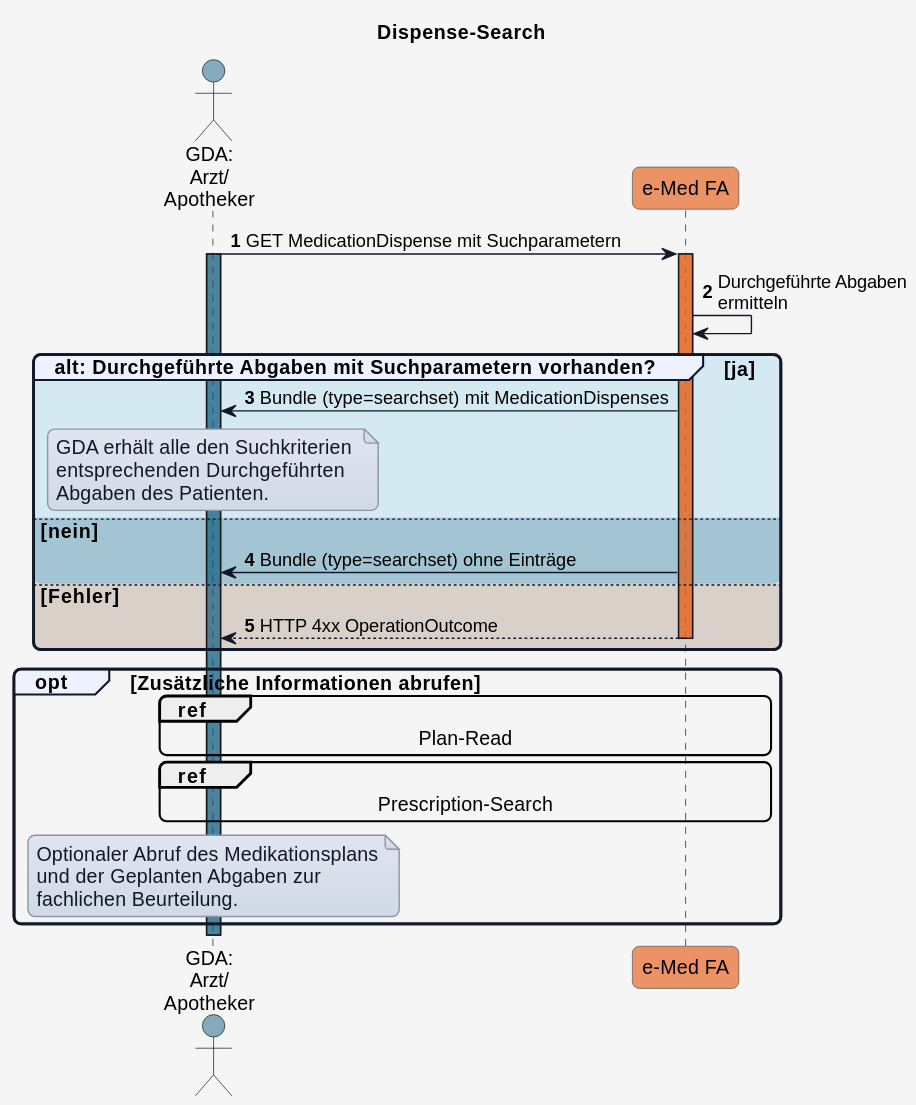
Earlier version of the PlantUML export r4-ELGA-e-Medikation-main/plantuml/UC_eMed_03_02.svg (HL7Austria/hl7austria.github.io). Source of this version:
```plantuml
@startuml
title Dispense-Search


skinparam borderColor #000000
skinparam backgroundColor #f5f5f5
skinparam shadowing false
skinparam roundCorner 10
skinparam defaultFontName "Arial"
skinparam defaultFontSize 14
skinparam defaultFontColor #000000
skinparam HyperlinkColor #0000EE
skinparam HyperlinkUnderline false
skinparam BoxPadding 20
skinparam BoxBorderColor #555555

skinparam note {
  BackgroundColor #e0e5f0-#d1d9e6
  BorderColor #8b95a5
  BorderThickness 1
  RoundCorner 0
  Padding 6
  FontColor #111827
  Shadowing false
}

skinparam sequence {
  ParticipantBorderColor #555555
  ParticipantFontColor #000000
  ParticipantFontSize 14
  ParticipantPadding 20
  ArrowColor #111827
  ArrowThickness 1
  ArrowFontColor #000000
  ArrowFontSize 13
  GroupBorderColor #111827
  GroupBackgroundColor #eef2ff
  GroupBorderThickness 2
}

!define COLOR_GDA_1    #15608280
!define COLOR_GDA_2    #96607D80
!define COLOR_PATIENT  #196B2480
!define COLOR_APO      #0F9ED590
!define COLOR_EMED_FA  #e97232bd
!define COLOR_E_REZEPT #cd3732a9

!define COLOR_OK       #0F9ED525
!define COLOR_OK_2     #34738d4e
!define COLOR_ERROR    #E9713235

actor GDA_1 as "GDA:\nArzt/\nApotheker" COLOR_GDA_1
participant eMed_FA as "e-Med FA" COLOR_EMED_FA

autonumber

GDA_1 -> eMed_FA: GET MedicationDispense mit Suchparametern
activate GDA_1 COLOR_GDA_1
activate eMed_FA COLOR_EMED_FA

eMed_FA -> eMed_FA: Durchgeführte Abgaben\nermitteln

group COLOR_OK alt: Durchgeführte Abgaben mit Suchparametern vorhanden? [ja]
  eMed_FA -> GDA_1: Bundle (type=searchset) mit MedicationDispenses

  note over GDA_1
  GDA erhält alle den Suchkriterien
  entsprechenden Durchgeführten
  Abgaben des Patienten.
  end note

else COLOR_OK_2 nein
  eMed_FA -> GDA_1: Bundle (type=searchset) ohne Einträge

else COLOR_ERROR Fehler
  eMed_FA --> GDA_1: HTTP 4xx OperationOutcome
  deactivate eMed_FA

end
opt Zusätzliche Informationen abrufen

    ref over GDA_1,eMed_FA
    Plan-Read
    end ref

    ref over GDA_1,eMed_FA
    Prescription-Search
    end ref

    note over GDA_1
    Optionaler Abruf des Medikationsplans
    und der Geplanten Abgaben zur
    fachlichen Beurteilung.
    end note

end
@enduml
```
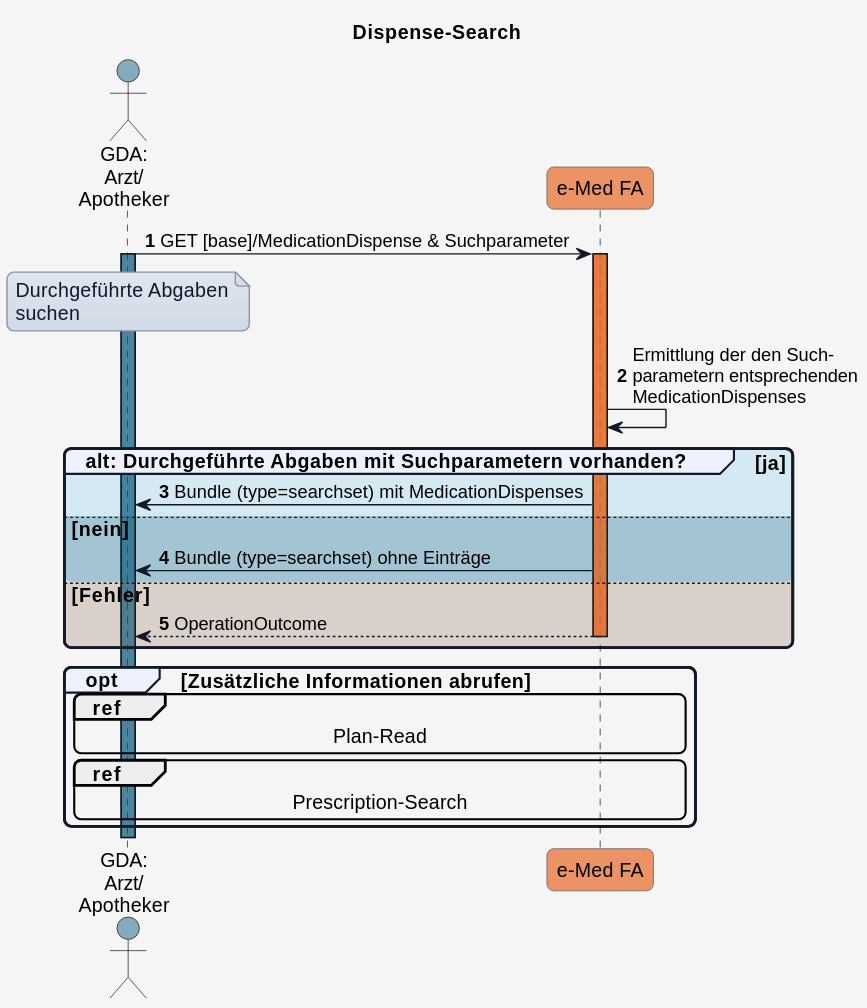
The same diagram one commit later.

The edit, as a diff of the source:
```diff
@@ -54,26 +54,25 @@
 
 autonumber
 
-GDA_1 -> eMed_FA: GET MedicationDispense mit Suchparametern
+GDA_1 -> eMed_FA: GET [base]/MedicationDispense & Suchparameter
 activate GDA_1 COLOR_GDA_1
 activate eMed_FA COLOR_EMED_FA
 
-eMed_FA -> eMed_FA: Durchgeführte Abgaben\nermitteln
+note over GDA_1
+Durchgeführte Abgaben
+suchen
+end note
+
+eMed_FA -> eMed_FA: Ermittlung der den Such-\nparametern entsprechenden\nMedicationDispenses
 
 group COLOR_OK alt: Durchgeführte Abgaben mit Suchparametern vorhanden? [ja]
   eMed_FA -> GDA_1: Bundle (type=searchset) mit MedicationDispenses
-
-  note over GDA_1
-  GDA erhält alle den Suchkriterien
-  entsprechenden Durchgeführten
-  Abgaben des Patienten.
-  end note
 
 else COLOR_OK_2 nein
   eMed_FA -> GDA_1: Bundle (type=searchset) ohne Einträge
 
 else COLOR_ERROR Fehler
-  eMed_FA --> GDA_1: HTTP 4xx OperationOutcome
+  eMed_FA --> GDA_1: OperationOutcome
   deactivate eMed_FA
 
 end
@@ -87,11 +86,5 @@
     Prescription-Search
     end ref
 
-    note over GDA_1
-    Optionaler Abruf des Medikationsplans
-    und der Geplanten Abgaben zur
-    fachlichen Beurteilung.
-    end note
-
 end
 @enduml
```
